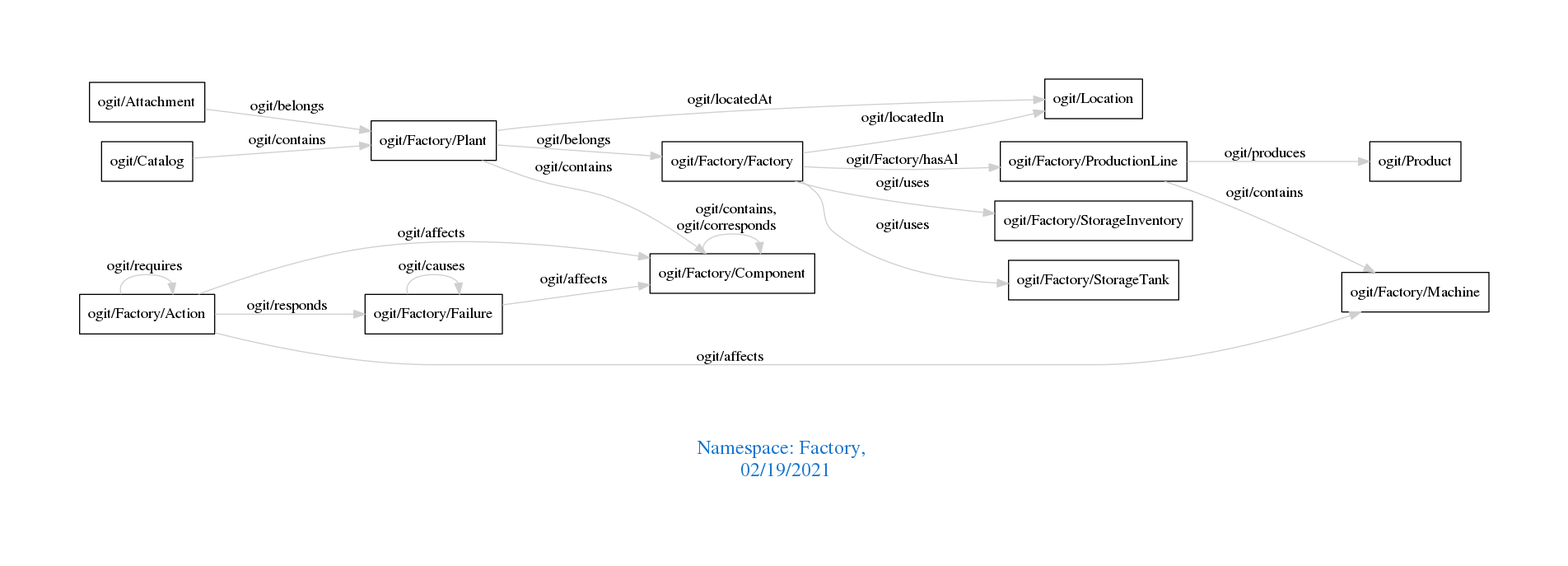
This is downloads/Factory.png from arago/OGIT, a Graphviz export, as it was before one commit. Its source is kept beside it as downloads/Factory.dot. The source it was exported from:
```dot
digraph OGIT_ontology {
 graph [ rankdir= LR,pad=1
fontsize = 18,
fontcolor= dodgerblue3,label = "\n\n\nNamespace: Factory, \n 02/19/2021"];
node[shape=polygon];
edge [  color="gray81"];

   "ogit/Factory/Plant" -> "ogit/Factory/Component" [label="   ogit/contains    "];
   "ogit/Factory/ProductionLine" -> "ogit/Factory/Machine" [label="   ogit/contains    "];
   "ogit/Catalog" -> "ogit/Factory/Plant" [label="   ogit/contains    "];
   "ogit/Factory/Factory" -> "ogit/Factory/ProductionLine" [label="   ogit/Factory/hasAl    "];
   "ogit/Factory/Plant" -> "ogit/Location" [label="   ogit/locatedAt    "];
   "ogit/Factory/Factory" -> "ogit/Location" [label="   ogit/locatedIn    "];
   "ogit/Factory/Action" -> "ogit/Factory/Component" [label="   ogit/affects    "];
   "ogit/Factory/Action" -> "ogit/Factory/Machine" [label="   ogit/affects    "];
   "ogit/Factory/Failure" -> "ogit/Factory/Component" [label="   ogit/affects    "];
   "ogit/Factory/Action" -> "ogit/Factory/Failure" [label="   ogit/responds    "];
   "ogit/Factory/ProductionLine" -> "ogit/Product" [label="   ogit/produces    "];
   "ogit/Factory/Plant" -> "ogit/Factory/Factory" [label="   ogit/belongs    "];
   "ogit/Attachment" -> "ogit/Factory/Plant" [label="   ogit/belongs    "];
   "ogit/Factory/Factory" -> "ogit/Factory/StorageInventory" [label="   ogit/uses    "];
   "ogit/Factory/Factory" -> "ogit/Factory/StorageTank" [label="   ogit/uses    "];
   "ogit/Factory/Action" -> "ogit/Factory/Action" [label="   ogit/requires    "];
   "ogit/Factory/Component" -> "ogit/Factory/Component" [label="   ogit/contains, \n ogit/corresponds    "];
   "ogit/Factory/Failure" -> "ogit/Factory/Failure" [label="   ogit/causes    "];
}
```
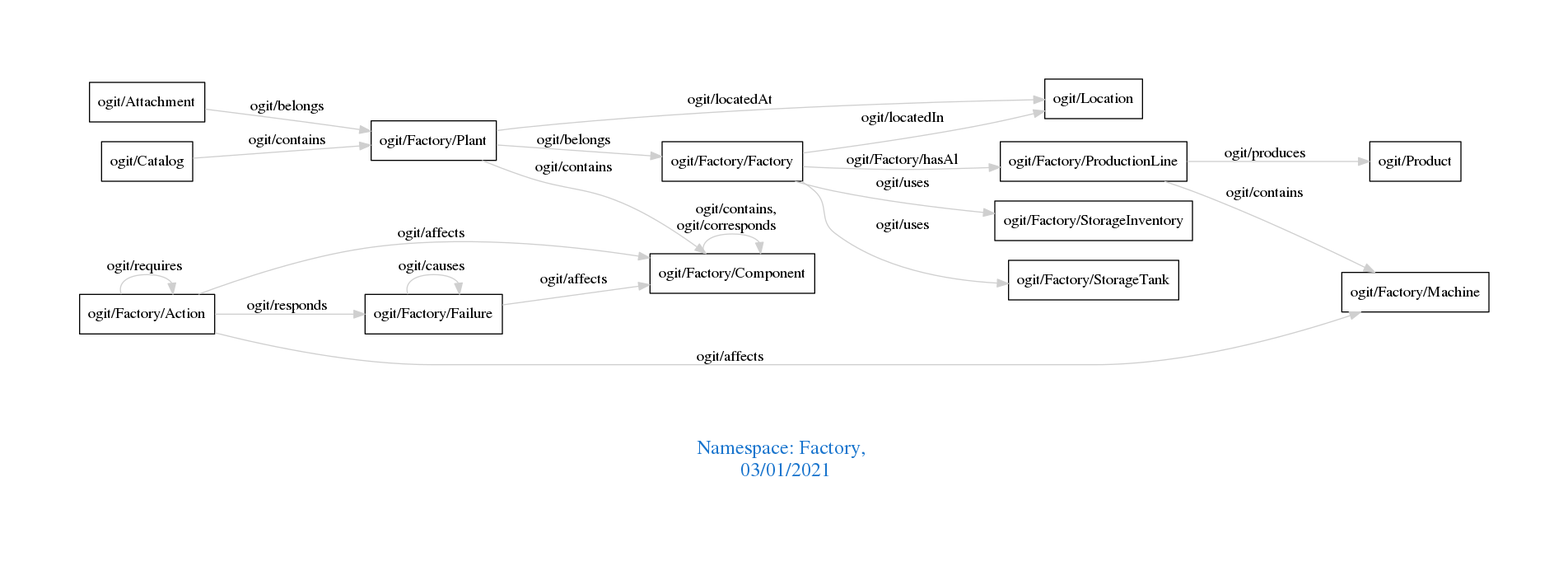
After the commit.

What changed in the source:
```diff
@@ -1,7 +1,7 @@
 digraph OGIT_ontology {
  graph [ rankdir= LR,pad=1
 fontsize = 18,
-fontcolor= dodgerblue3,label = "\n\n\nNamespace: Factory, \n 02/19/2021"];
+fontcolor= dodgerblue3,label = "\n\n\nNamespace: Factory, \n 03/01/2021"];
 node[shape=polygon];
 edge [  color="gray81"];
 
```
